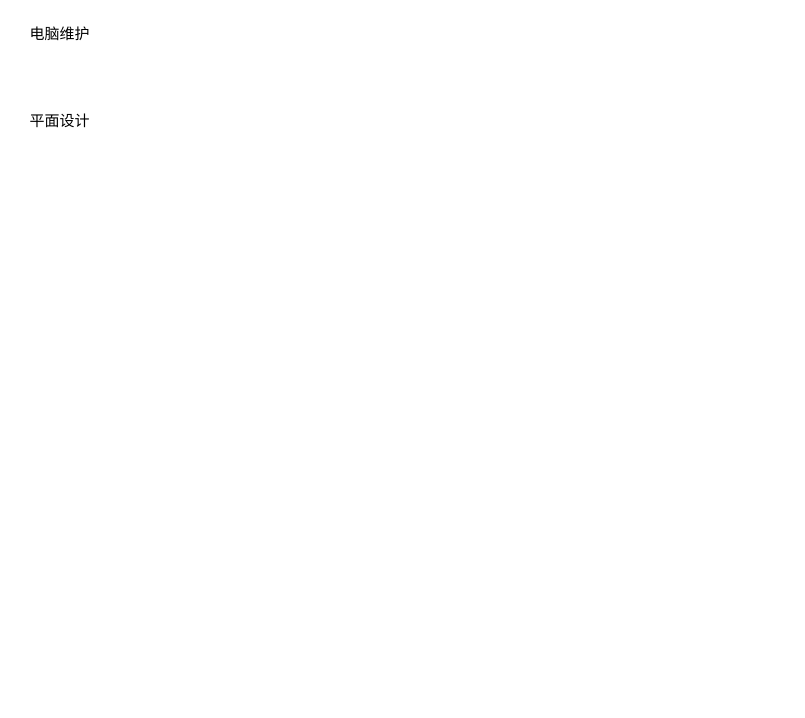
Above: 知识体系.drawio in water0902/Draw.io (draw.io), before the change. Source tidied: cells renumbered, new cells numbered last; positions are measured from the earlier drawing's top-left corner, leaving out a move shared by most shapes. Both pictures are drawn from the tidied source at 125%, with x=0, y=0 at pixel (21, 21).
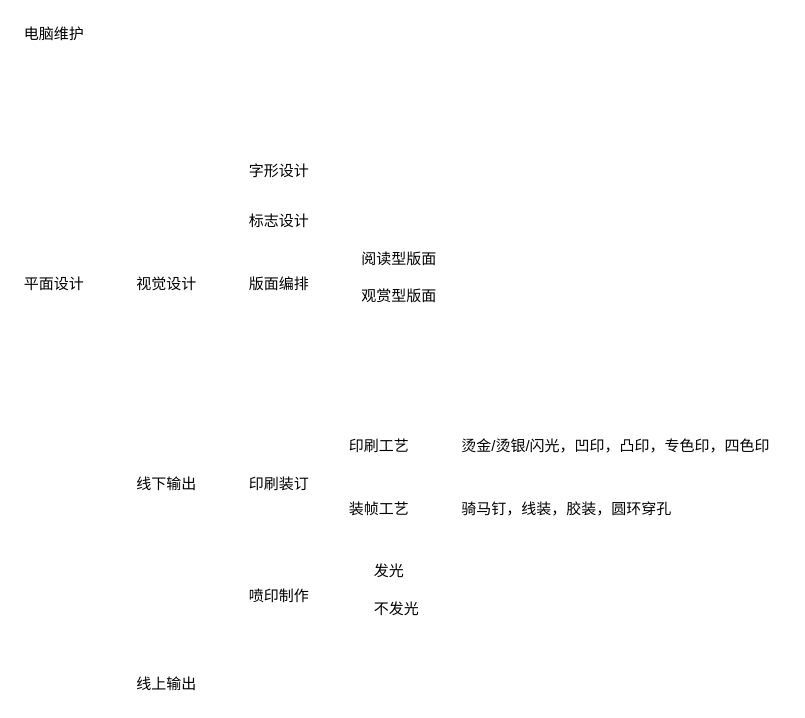
The same page after the edit.

Commit message (it also covers changes not shown here):
更新知识体系.drawio

What changed in the source:
```diff
@@
 <mxGraphModel>
   <root>
     <mxCell id="0" />
     <mxCell id="1" parent="0" />
-    <mxCell id="2" value="电脑维护" style="text;html=1;align=center;verticalAlign=middle;fillColor=none;strokeColor=none;rounded=0;" parent="1" vertex="1">
+    <mxCell id="2" value="电脑维护" style="text;html=1;align=left;verticalAlign=middle;fillColor=none;strokeColor=none;rounded=0;" parent="1" vertex="1">
       <mxGeometry width="60" height="20" as="geometry" />
     </mxCell>
-    <mxCell id="3" value="平面设计" style="text;html=1;align=center;verticalAlign=middle;fillColor=none;strokeColor=none;rounded=0;" parent="1" vertex="1">
-      <mxGeometry y="70" width="60" height="20" as="geometry" />
+    <mxCell id="3" value="平面设计" style="text;html=1;align=left;verticalAlign=middle;fillColor=none;strokeColor=none;rounded=0;" parent="1" vertex="1">
+      <mxGeometry y="200" width="60" height="20" as="geometry" />
     </mxCell>
+    <mxCell id="4" value="线下输出" style="text;html=1;align=left;verticalAlign=middle;fillColor=none;strokeColor=none;rounded=0;" parent="1" vertex="1">
+      <mxGeometry x="90" y="360" width="60" height="20" as="geometry" />
+    </mxCell>
+    <mxCell id="5" value="视觉设计" style="text;html=1;align=left;verticalAlign=middle;fillColor=none;strokeColor=none;rounded=0;" parent="1" vertex="1">
+      <mxGeometry x="90" y="200" width="60" height="20" as="geometry" />
+    </mxCell>
+    <mxCell id="6" value="字形设计" style="text;html=1;align=left;verticalAlign=middle;fillColor=none;strokeColor=none;rounded=0;" parent="1" vertex="1">
+      <mxGeometry x="180" y="110" width="60" height="20" as="geometry" />
+    </mxCell>
+    <mxCell id="7" value="版面编排" style="text;html=1;align=left;verticalAlign=middle;fillColor=none;strokeColor=none;rounded=0;" parent="1" vertex="1">
+      <mxGeometry x="180" y="200" width="60" height="20" as="geometry" />
+    </mxCell>
+    <mxCell id="8" value="标志设计" style="text;html=1;align=left;verticalAlign=middle;fillColor=none;strokeColor=none;rounded=0;" parent="1" vertex="1">
+      <mxGeometry x="180" y="150" width="60" height="20" as="geometry" />
+    </mxCell>
+    <mxCell id="9" value="线上输出" style="text;html=1;align=left;verticalAlign=middle;fillColor=none;strokeColor=none;rounded=0;" parent="1" vertex="1">
+      <mxGeometry x="90" y="520" width="60" height="20" as="geometry" />
+    </mxCell>
+    <mxCell id="10" value="印刷装订" style="text;html=1;align=left;verticalAlign=middle;fillColor=none;strokeColor=none;rounded=0;" parent="1" vertex="1">
+      <mxGeometry x="180" y="360" width="60" height="20" as="geometry" />
+    </mxCell>
+    <mxCell id="11" value="喷印制作" style="text;html=1;align=left;verticalAlign=middle;fillColor=none;strokeColor=none;rounded=0;" parent="1" vertex="1">
+      <mxGeometry x="180" y="450" width="60" height="20" as="geometry" />
+    </mxCell>
+    <mxCell id="12" value="发光" style="text;html=1;align=left;verticalAlign=middle;fillColor=none;strokeColor=none;rounded=0;" parent="1" vertex="1">
+      <mxGeometry x="280" y="430" width="40" height="20" as="geometry" />
+    </mxCell>
+    <mxCell id="13" value="不发光" style="text;html=1;align=left;verticalAlign=middle;fillColor=none;strokeColor=none;rounded=0;" parent="1" vertex="1">
+      <mxGeometry x="280" y="460" width="50" height="20" as="geometry" />
+    </mxCell>
+    <mxCell id="14" value="阅读型版面" style="text;html=1;align=left;verticalAlign=middle;fillColor=none;strokeColor=none;rounded=0;" parent="1" vertex="1">
+      <mxGeometry x="270" y="180" width="80" height="20" as="geometry" />
+    </mxCell>
+    <mxCell id="15" value="观赏型版面" style="text;html=1;align=left;verticalAlign=middle;fillColor=none;strokeColor=none;rounded=0;" parent="1" vertex="1">
+      <mxGeometry x="270" y="210" width="80" height="20" as="geometry" />
+    </mxCell>
+    <mxCell id="16" value="装帧工艺" style="text;html=1;align=left;verticalAlign=middle;fillColor=none;strokeColor=none;rounded=0;" parent="1" vertex="1">
+      <mxGeometry x="260" y="380" width="60" height="20" as="geometry" />
+    </mxCell>
+    <mxCell id="17" value="印刷工艺" style="text;html=1;align=left;verticalAlign=middle;fillColor=none;strokeColor=none;rounded=0;" parent="1" vertex="1">
+      <mxGeometry x="260" y="330" width="60" height="20" as="geometry" />
+    </mxCell>
+    <mxCell id="18" value="烫金/烫银/闪光，凹印，凸印，专色印，四色印" style="text;html=1;align=left;verticalAlign=middle;fillColor=none;strokeColor=none;rounded=0;" parent="1" vertex="1">
+      <mxGeometry x="350" y="330" width="260" height="20" as="geometry" />
+    </mxCell>
+    <mxCell id="19" value="骑马钉，线装，胶装，圆环穿孔" style="text;html=1;align=left;verticalAlign=middle;fillColor=none;strokeColor=none;rounded=0;" parent="1" vertex="1">
+      <mxGeometry x="350" y="380" width="180" height="20" as="geometry" />
+    </mxCell>
   </root>
 </mxGraphModel>
```
